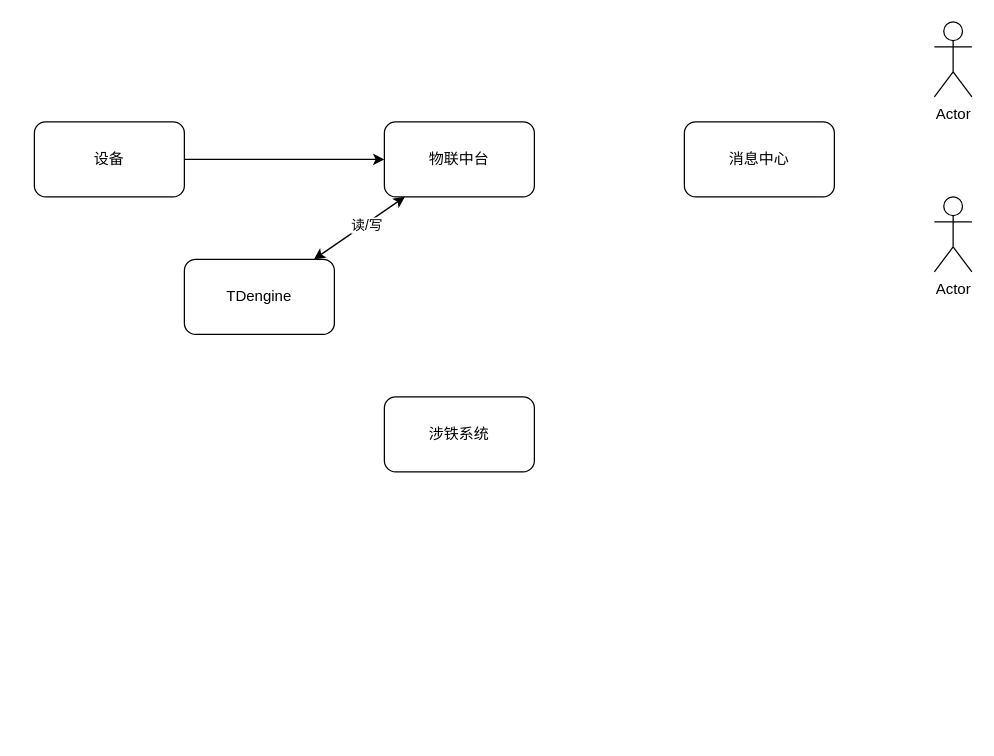
Above: 涉铁.drawio in gransier/drawio (draw.io), before the change. Source tidied: cells renumbered, new cells numbered last; positions are measured from the earlier drawing's top-left corner, leaving out a move shared by most shapes. Both pictures are drawn from the tidied source at 125%, with x=0, y=0 at pixel (34, 21).
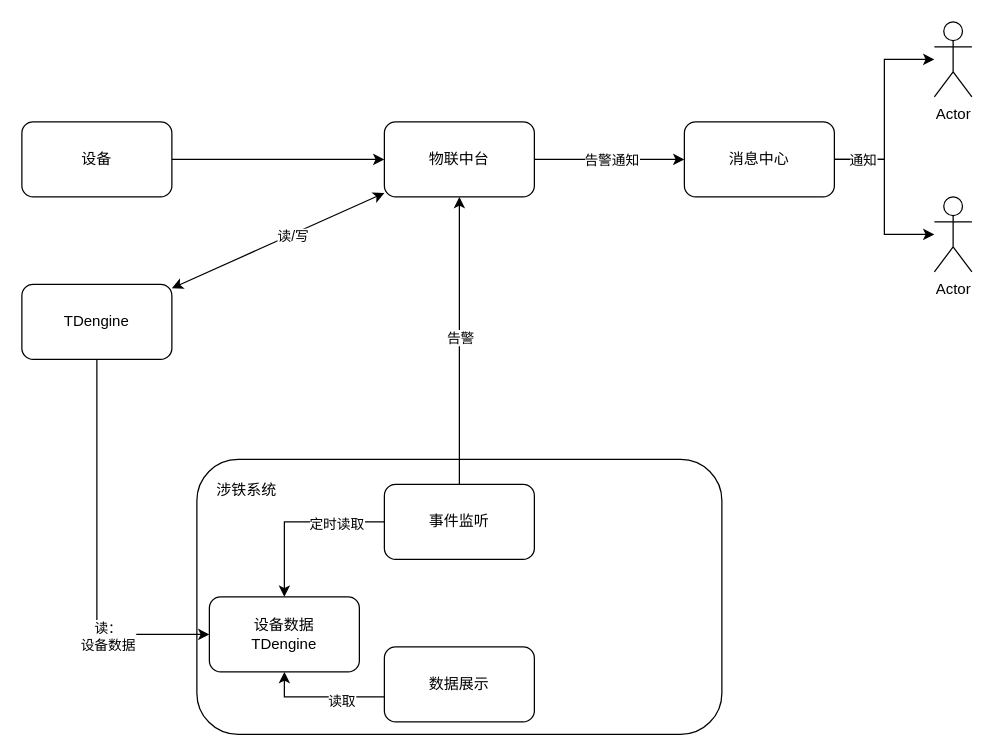
Above is the later version.

The change refers to these unchanged cells:
```xml
<mxCell id="4" value="物联中台" style="rounded=1;whiteSpace=wrap;html=1;" parent="1" vertex="1">
  <mxGeometry x="280" y="80" width="120" height="60" as="geometry" />
</mxCell>
<mxCell id="7" value="消息中心" style="rounded=1;whiteSpace=wrap;html=1;" parent="1" vertex="1">
  <mxGeometry x="520" y="80" width="120" height="60" as="geometry" />
</mxCell>
<mxCell id="8" value="Actor" style="shape=umlActor;verticalLabelPosition=bottom;verticalAlign=top;html=1;outlineConnect=0;" parent="1" vertex="1">
  <mxGeometry x="720" width="30" height="60" as="geometry" />
</mxCell>
<mxCell id="9" value="Actor" style="shape=umlActor;verticalLabelPosition=bottom;verticalAlign=top;html=1;outlineConnect=0;" parent="1" vertex="1">
  <mxGeometry x="720" y="140" width="30" height="60" as="geometry" />
</mxCell>
```

The edit, as a diff of the source:
```diff
@@
+    <mxCell id="6" style="rounded=1;whiteSpace=wrap;html=1;" parent="1" vertex="1">
+      <mxGeometry x="130" y="350" width="420" height="220" as="geometry" />
+    </mxCell>
@@
     <mxCell id="3" value="设备" style="rounded=1;whiteSpace=wrap;html=1;" parent="1" vertex="1">
-      <mxGeometry y="80" width="120" height="60" as="geometry" />
+      <mxGeometry x="-10" y="80" width="120" height="60" as="geometry" />
     </mxCell>
+    <mxCell id="12" style="edgeStyle=orthogonalEdgeStyle;rounded=0;jettySize=auto;html=1;" parent="1" edge="1" source="4" target="7">
+      <mxGeometry relative="1" as="geometry" />
+    </mxCell>
+    <mxCell id="13" value="告警通知" style="edgeLabel;html=1;align=center;verticalAlign=middle;" parent="12" vertex="1">
+      <mxGeometry x="0.02" relative="1" as="geometry" />
+    </mxCell>
@@
+    <mxCell id="14" style="edgeStyle=orthogonalEdgeStyle;rounded=0;jettySize=auto;html=1;" parent="1" edge="1" source="5" target="22">
+      <mxGeometry relative="1" as="geometry">
+        <Array as="points">
+          <mxPoint x="50" y="490" />
+        </Array>
+      </mxGeometry>
+    </mxCell>
+    <mxCell id="15" value="读：&lt;div&gt;设备数据&lt;/div&gt;" style="edgeLabel;html=1;align=center;verticalAlign=middle;" parent="14" vertex="1">
+      <mxGeometry x="0.47" y="-1" relative="1" as="geometry" />
+    </mxCell>
     <mxCell id="5" value="TDengine" style="rounded=1;whiteSpace=wrap;html=1;" parent="1" vertex="1">
-      <mxGeometry x="120" y="190" width="120" height="60" as="geometry" />
+      <mxGeometry x="-10" y="210" width="120" height="60" as="geometry" />
     </mxCell>
-    <mxCell id="6" value="涉铁系统" style="rounded=1;whiteSpace=wrap;html=1;" parent="1" vertex="1">
-      <mxGeometry x="280" y="300" width="120" height="60" as="geometry" />
-    </mxCell>
+    <mxCell id="16" style="edgeStyle=orthogonalEdgeStyle;rounded=0;jettySize=auto;html=1;" parent="1" edge="1" source="25" target="4">
+      <mxGeometry relative="1" as="geometry" />
+    </mxCell>
+    <mxCell id="17" value="告警" style="edgeLabel;html=1;align=center;verticalAlign=middle;" parent="16" vertex="1">
+      <mxGeometry x="0.03" relative="1" as="geometry" />
+    </mxCell>
+    <mxCell id="18" style="edgeStyle=orthogonalEdgeStyle;rounded=0;jettySize=auto;html=1;" parent="1" edge="1" source="7" target="8">
+      <mxGeometry relative="1" as="geometry">
+        <Array as="points">
+          <mxPoint x="680" y="110" />
+          <mxPoint x="680" y="30" />
+        </Array>
+      </mxGeometry>
+    </mxCell>
+    <mxCell id="19" style="edgeStyle=orthogonalEdgeStyle;rounded=0;jettySize=auto;html=1;" parent="1" edge="1" source="7" target="9">
+      <mxGeometry relative="1" as="geometry" />
+    </mxCell>
+    <mxCell id="20" value="通知" style="edgeLabel;html=1;align=center;verticalAlign=middle;" parent="19" vertex="1">
+      <mxGeometry x="-0.69" relative="1" as="geometry" />
+    </mxCell>
@@
+    <mxCell id="21" value="涉铁系统" style="text;html=1;whiteSpace=wrap;strokeColor=none;fillColor=none;align=center;verticalAlign=middle;rounded=0;" parent="1" vertex="1">
+      <mxGeometry x="140" y="360" width="60" height="30" as="geometry" />
+    </mxCell>
+    <mxCell id="22" value="设备数据&lt;br&gt;TDengine" style="rounded=1;whiteSpace=wrap;html=1;" parent="1" vertex="1">
+      <mxGeometry x="140" y="460" width="120" height="60" as="geometry" />
+    </mxCell>
+    <mxCell id="23" style="edgeStyle=orthogonalEdgeStyle;rounded=0;jettySize=auto;html=1;" parent="1" edge="1" source="25" target="22">
+      <mxGeometry relative="1" as="geometry" />
+    </mxCell>
+    <mxCell id="24" value="定时读取" style="edgeLabel;html=1;align=center;verticalAlign=middle;" parent="23" vertex="1">
+      <mxGeometry x="-0.44" y="1" relative="1" as="geometry" />
+    </mxCell>
+    <mxCell id="25" value="事件监听" style="rounded=1;whiteSpace=wrap;html=1;" parent="1" vertex="1">
+      <mxGeometry x="280" y="370" width="120" height="60" as="geometry" />
+    </mxCell>
+    <mxCell id="26" style="edgeStyle=orthogonalEdgeStyle;rounded=0;jettySize=auto;html=1;" parent="1" edge="1" source="28" target="22">
+      <mxGeometry relative="1" as="geometry">
+        <Array as="points">
+          <mxPoint x="200" y="540" />
+        </Array>
+      </mxGeometry>
+    </mxCell>
+    <mxCell id="27" value="读取" style="edgeLabel;html=1;align=center;verticalAlign=middle;" parent="26" vertex="1">
+      <mxGeometry x="-0.3" y="3" relative="1" as="geometry" />
+    </mxCell>
+    <mxCell id="28" value="数据展示" style="rounded=1;whiteSpace=wrap;html=1;" parent="1" vertex="1">
+      <mxGeometry x="280" y="500" width="120" height="60" as="geometry" />
+    </mxCell>
```
